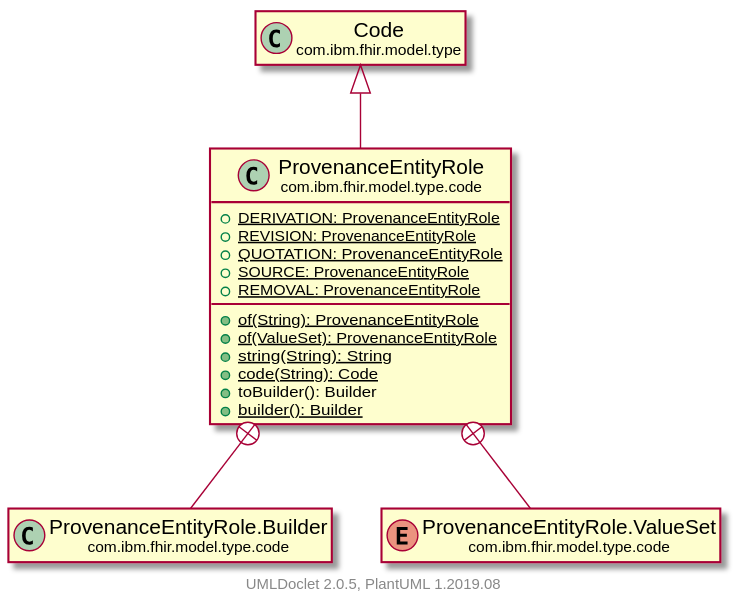
tumblewind/FHIR keeps this PlantUML diagram as javadocs/latest/com/ibm/fhir/model/type/code/ProvenanceEntityRole.svg. Above is the earlier version.
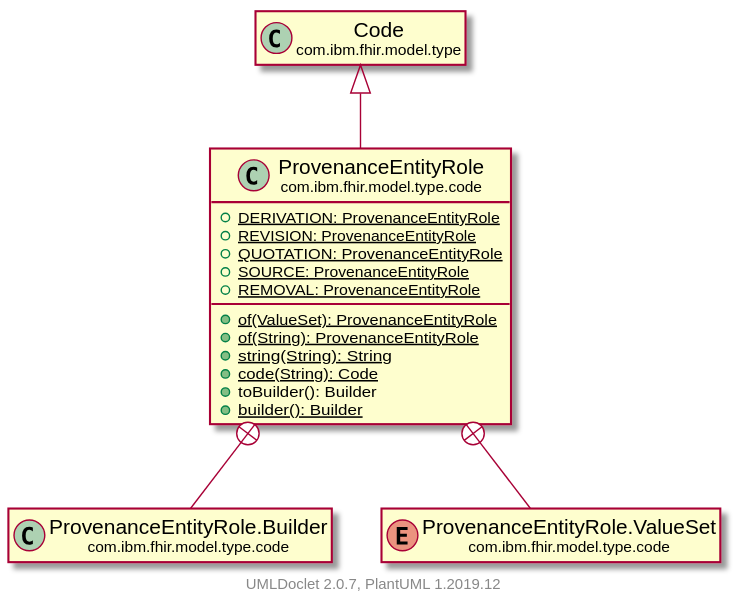
Above is the later version.

Change to the diagram source:
```diff
@@ -9,8 +9,8 @@
         {static} +QUOTATION: ProvenanceEntityRole
         {static} +SOURCE: ProvenanceEntityRole
         {static} +REMOVAL: ProvenanceEntityRole
+        {static} +of(ValueSet): ProvenanceEntityRole
         {static} +of(String): ProvenanceEntityRole
-        {static} +of(ValueSet): ProvenanceEntityRole
         {static} +string(String): String
         {static} +code(String): Code
         +toBuilder(): Builder
@@ -25,5 +25,5 @@
     com.ibm.fhir.model.type.code.ProvenanceEntityRole +-- com.ibm.fhir.model.type.code.ProvenanceEntityRole.Builder
     com.ibm.fhir.model.type.code.ProvenanceEntityRole +-- com.ibm.fhir.model.type.code.ProvenanceEntityRole.ValueSet
 
-    center footer UMLDoclet 2.0.5, PlantUML 1.2019.08
+    center footer UMLDoclet 2.0.7, PlantUML 1.2019.12
 @enduml
```
